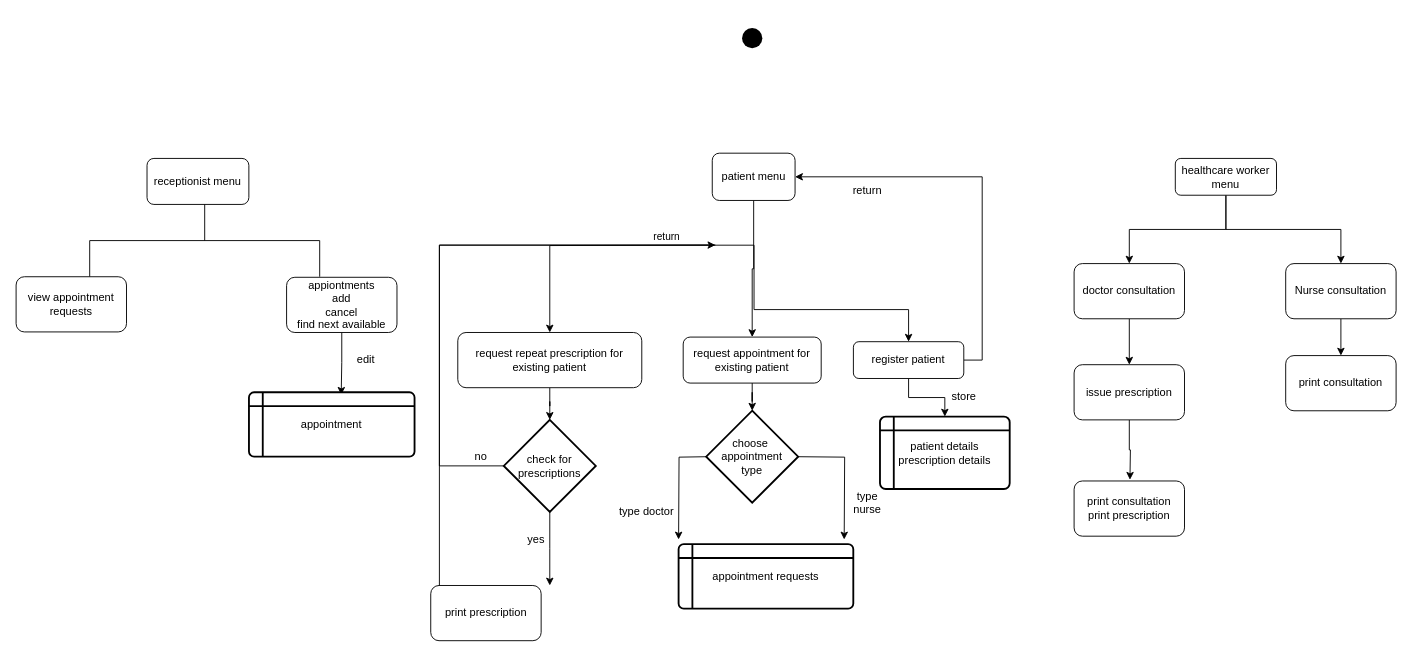
This is Untitled Diagram.drawio from Richard-A-llen/Python, a draw.io file, before an edit. Source tidied: cells renumbered, new cells numbered last; positions are measured from the earlier drawing's top-left corner, leaving out a move shared by most shapes. Both pictures are drawn from the tidied source at 92%, with x=0, y=0 at pixel (16, 19).
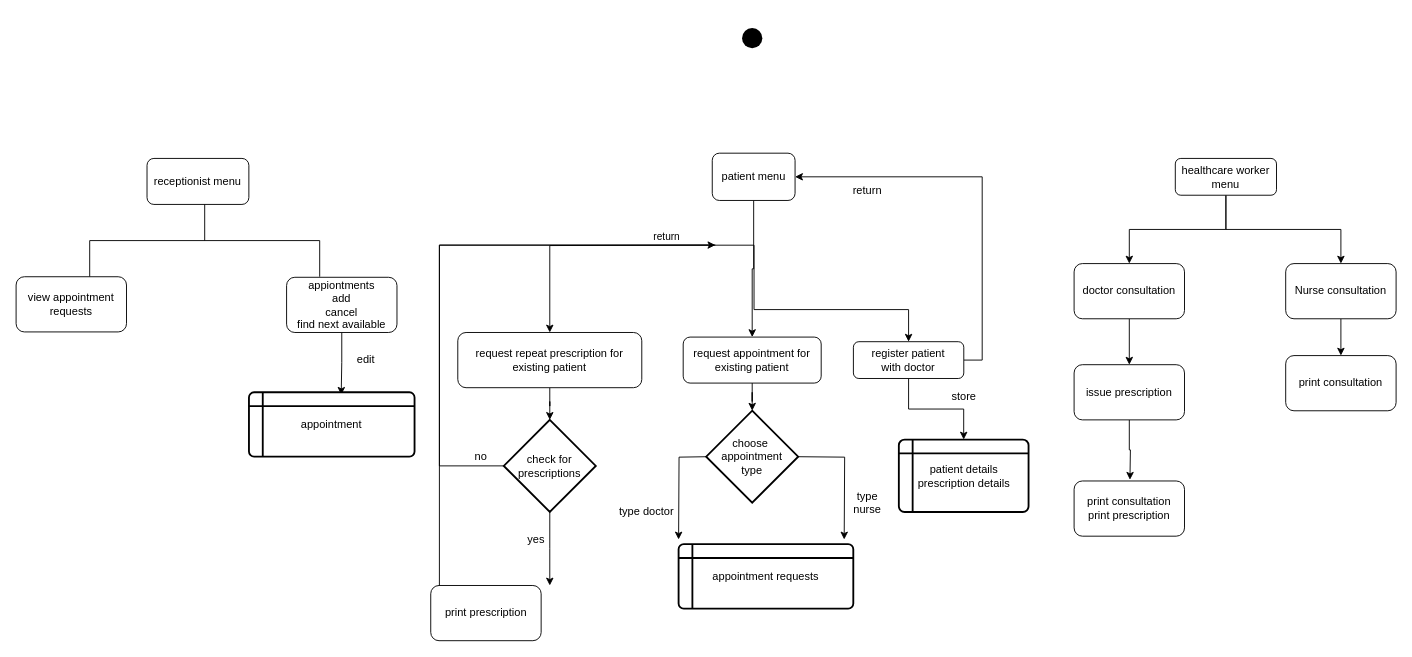
Above is the later version.

The edit, as a diff of the source:
```diff
@@
-    <mxCell id="4" value="register patient" style="rounded=1;whiteSpace=wrap;html=1;fontSize=12;glass=0;strokeWidth=1;shadow=0;" parent="1" vertex="1">
+    <mxCell id="4" value="register patient&lt;br&gt;with doctor" style="rounded=1;whiteSpace=wrap;html=1;fontSize=12;glass=0;strokeWidth=1;shadow=0;" parent="1" vertex="1">
       <mxGeometry x="910.1" y="349.9" width="120" height="40" as="geometry" />
     </mxCell>
@@
     <mxCell id="17" value="patient details&lt;br&gt;prescription details" style="shape=internalStorage;whiteSpace=wrap;html=1;dx=15;dy=15;rounded=1;arcSize=8;strokeWidth=2;" parent="1" vertex="1">
-      <mxGeometry x="939" y="431.3" width="141" height="78.7" as="geometry" />
+      <mxGeometry x="959.5" y="456.3" width="141" height="78.7" as="geometry" />
     </mxCell>
```
